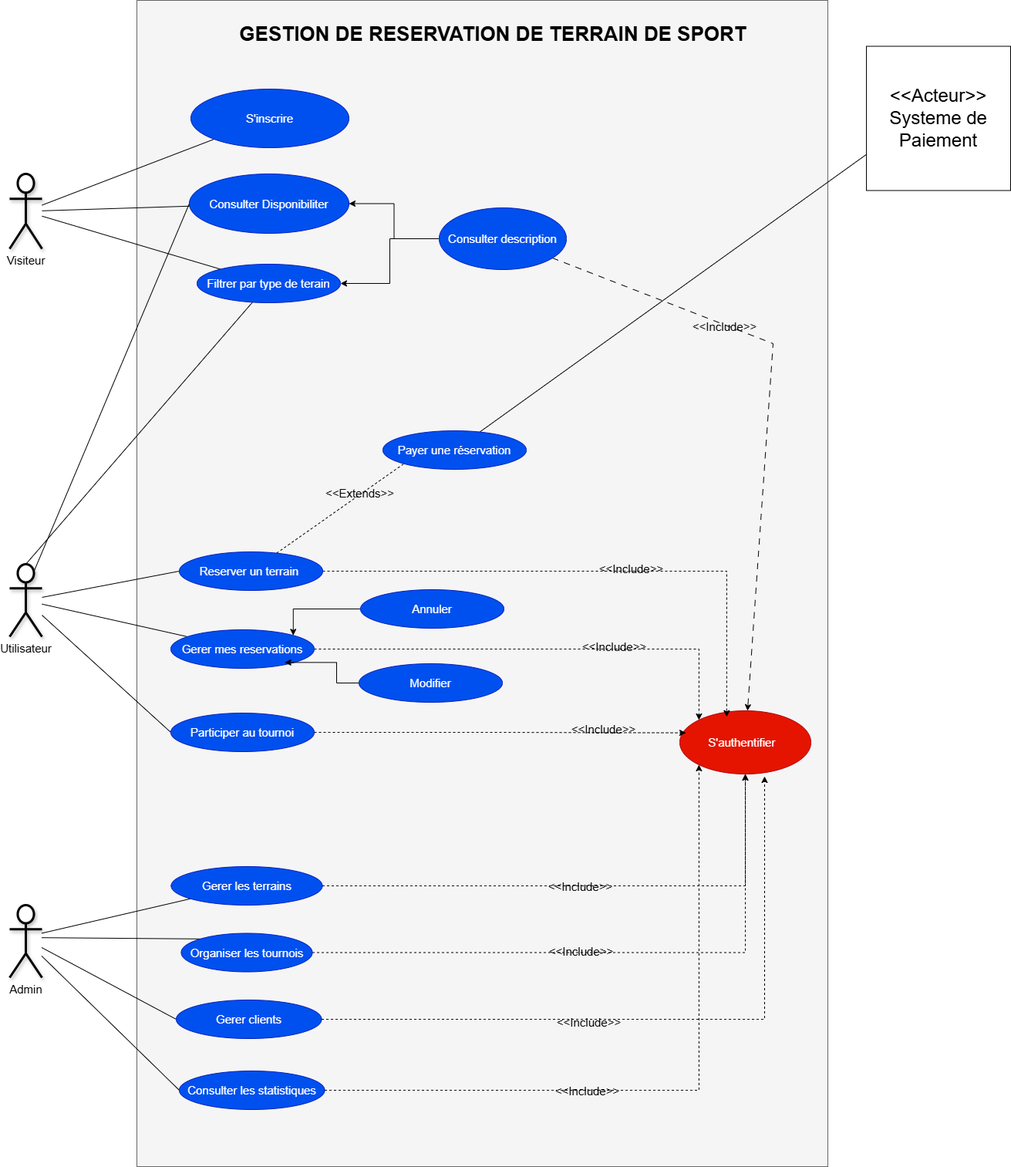
Above: Conception UML/Use case.drawio.png in houssamlambara/GR_foot (draw.io), before the change. Source tidied: cells renumbered, new cells last; positions are measured from the earlier drawing's top-left corner, leaving out a move shared by most shapes.
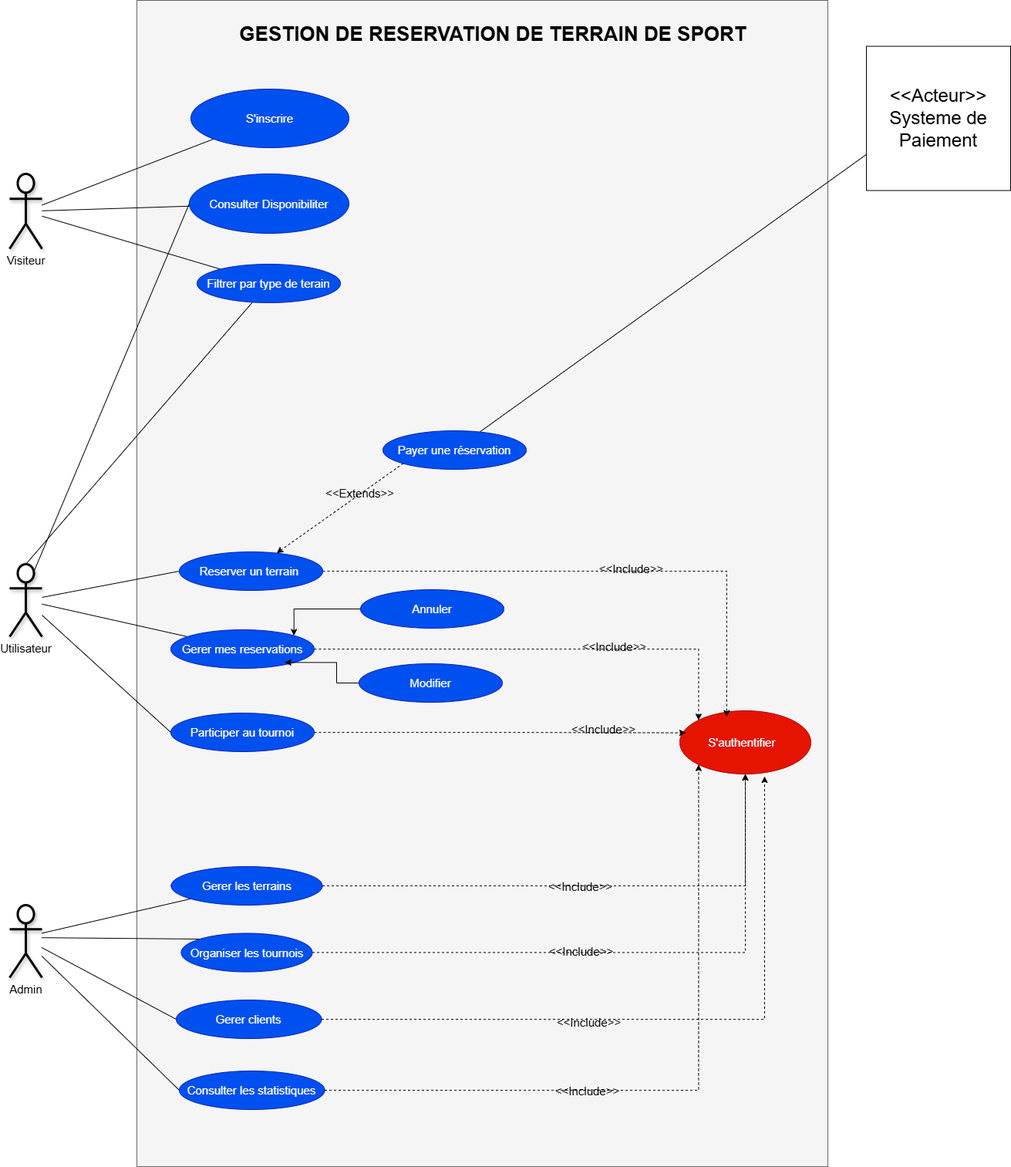
The same file after the commit.

Commit message:
changement du use case

What changed in the source:
```diff
@@ -85,11 +85,6 @@
     <mxCell id="26" value="&lt;span&gt;&lt;font&gt;S'authentifier&amp;nbsp;&amp;nbsp;&lt;/font&gt;&lt;/span&gt;" style="ellipse;whiteSpace=wrap;html=1;fillColor=#e51400;fontColor=#ffffff;strokeColor=#B20000;fontSize=15;" parent="1" vertex="1">
       <mxGeometry x="869" y="921" width="170" height="82" as="geometry" />
     </mxCell>
-    <mxCell id="27" value="&amp;lt;&amp;lt;Include&amp;gt;&amp;gt;" style="edgeLabel;html=1;align=center;verticalAlign=middle;labelBackgroundColor=none;fontSize=15;" parent="1" vertex="1">
-      <mxGeometry x="935" y="423" as="geometry">
-        <mxPoint x="-9" y="-1" as="offset" />
-      </mxGeometry>
-    </mxCell>
     <mxCell id="28" value="&amp;lt;&amp;lt;Include&amp;gt;&amp;gt;" style="edgeLabel;html=1;align=center;verticalAlign=middle;labelBackgroundColor=none;fontSize=15;" parent="1" vertex="1">
       <mxGeometry x="759" y="1226" as="geometry">
         <mxPoint x="-19" y="6" as="offset" />
@@ -100,22 +95,6 @@
         <mxGeometry x="297" y="16" width="660" height="55" as="geometry" />
       </mxCell>
     </object>
-    <mxCell id="30" style="rounded=0;jettySize=auto;html=1;dashed=1;dashPattern=8 8;" parent="1" edge="1" source="33" target="26">
-      <mxGeometry relative="1" as="geometry">
-        <Array as="points">
-          <mxPoint x="990" y="445" />
-        </Array>
-      </mxGeometry>
-    </mxCell>
-    <mxCell id="31" style="edgeStyle=orthogonalEdgeStyle;rounded=0;jettySize=auto;html=1;" parent="1" edge="1" source="33" target="17">
-      <mxGeometry relative="1" as="geometry" />
-    </mxCell>
-    <mxCell id="32" style="edgeStyle=orthogonalEdgeStyle;rounded=0;jettySize=auto;html=1;entryX=1;entryY=0.5;entryDx=0;entryDy=0;" parent="1" edge="1" source="33" target="18">
-      <mxGeometry relative="1" as="geometry" />
-    </mxCell>
-    <mxCell id="33" value="&lt;font style=&quot;font-size: 15px;&quot;&gt;Consulter description&lt;/font&gt;" style="ellipse;whiteSpace=wrap;html=1;fillColor=#0050ef;fontColor=#ffffff;strokeColor=#001DBC;" parent="1" vertex="1">
-      <mxGeometry x="557" y="269" width="165" height="80" as="geometry" />
-    </mxCell>
     <mxCell id="34" value="&amp;lt;&amp;lt;Include&amp;gt;&amp;gt;" style="edgeLabel;html=1;align=center;verticalAlign=middle;labelBackgroundColor=none;fontSize=15;" parent="1" vertex="1">
       <mxGeometry x="748" y="1149" as="geometry">
         <mxPoint x="-9" y="-1" as="offset" />
@@ -142,7 +121,7 @@
     <mxCell id="41" value="&lt;span&gt;&lt;font&gt;Modifier&lt;/font&gt;&lt;/span&gt;" style="ellipse;whiteSpace=wrap;html=1;fillColor=#0050ef;fontColor=#ffffff;strokeColor=#001DBC;fontSize=15;" parent="1" vertex="1">
       <mxGeometry x="453" y="860" width="186" height="50" as="geometry" />
     </mxCell>
-    <mxCell id="42" style="rounded=0;jettySize=auto;html=1;entryX=0;entryY=1;entryDx=0;entryDy=0;dashed=1;endArrow=none;startFill=0;" parent="1" edge="1" source="43" target="48">
+    <mxCell id="42" style="rounded=0;jettySize=auto;html=1;entryX=0;entryY=1;entryDx=0;entryDy=0;dashed=1;endArrow=none;startFill=1;startArrow=classic;" parent="1" edge="1" source="43" target="48">
       <mxGeometry relative="1" as="geometry" />
     </mxCell>
     <mxCell id="43" value="&lt;span&gt;&lt;font&gt;Reserver un terrain&amp;nbsp;&lt;/font&gt;&lt;/span&gt;" style="ellipse;whiteSpace=wrap;html=1;fillColor=#0050ef;fontColor=#ffffff;strokeColor=#001DBC;fontSize=15;" parent="1" vertex="1">
```
